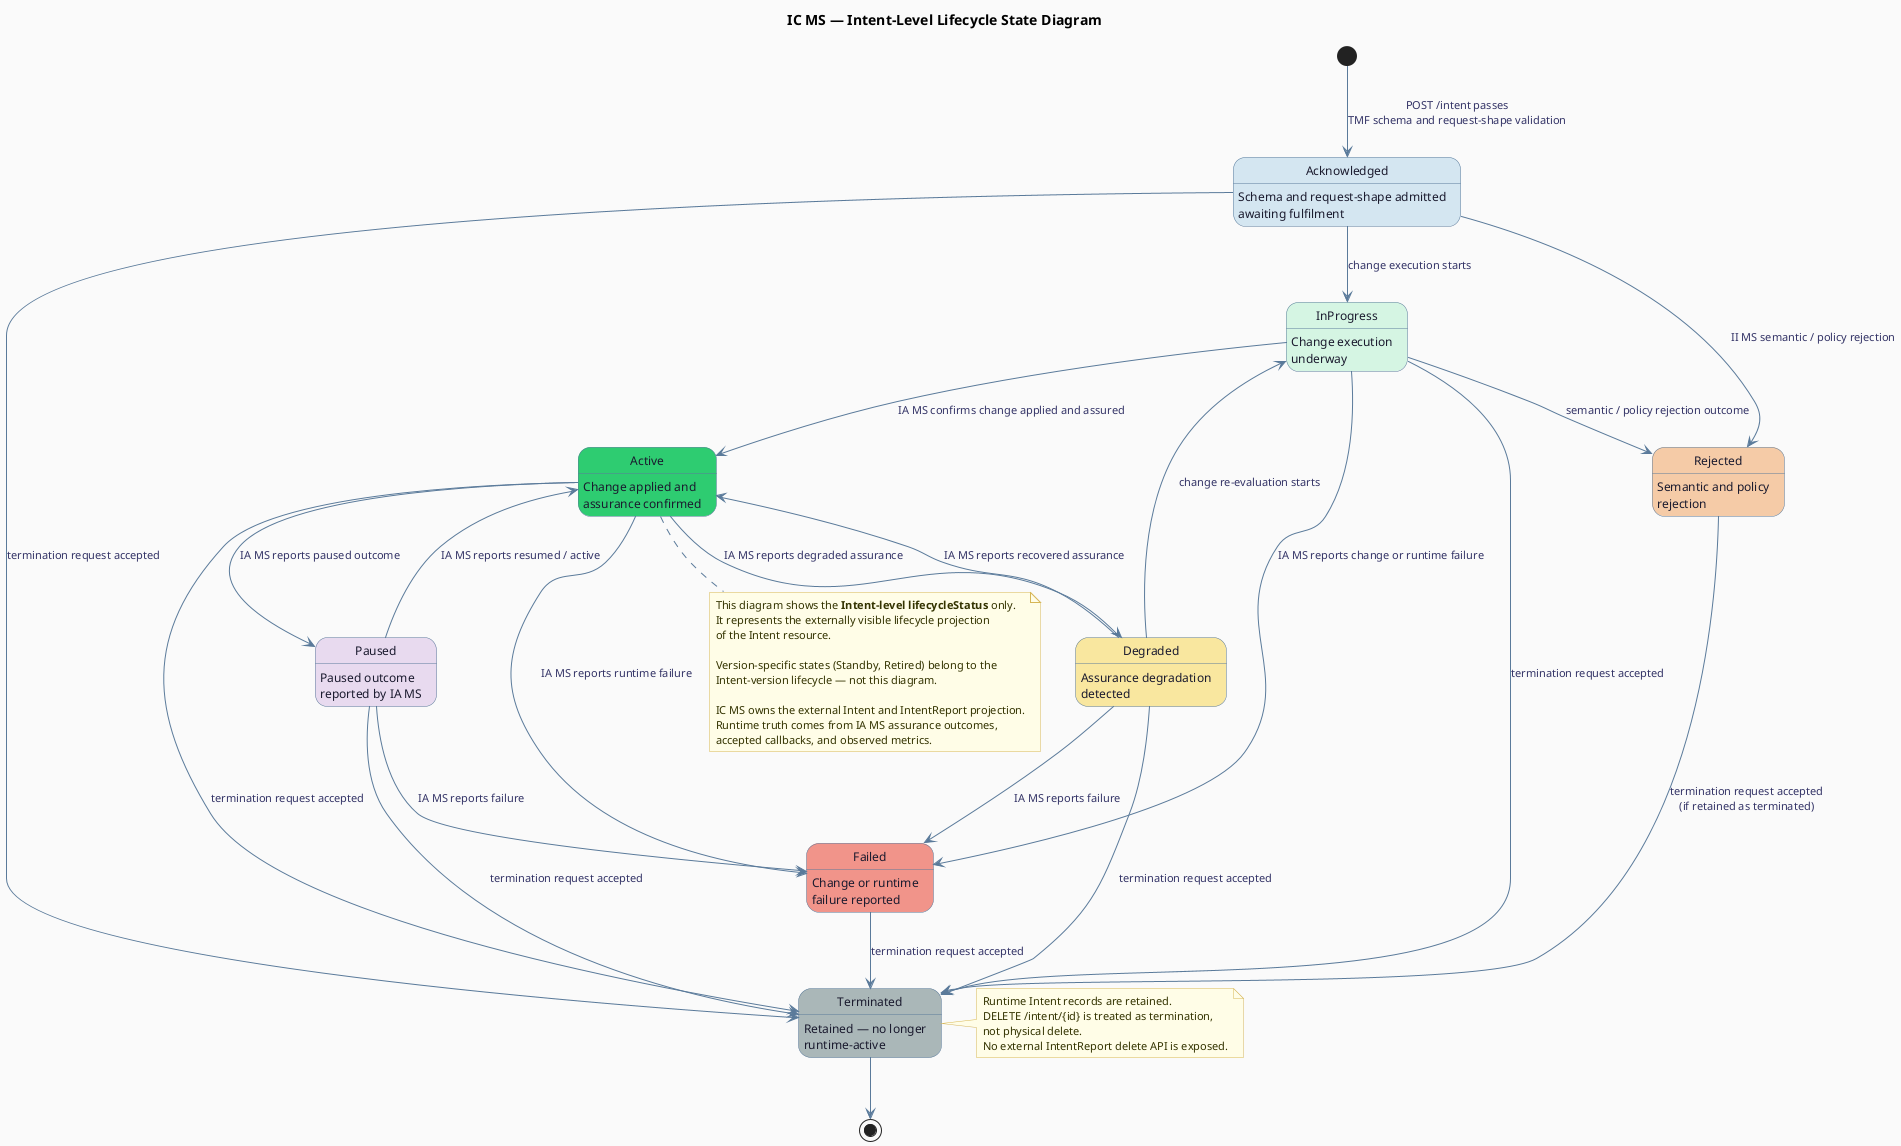
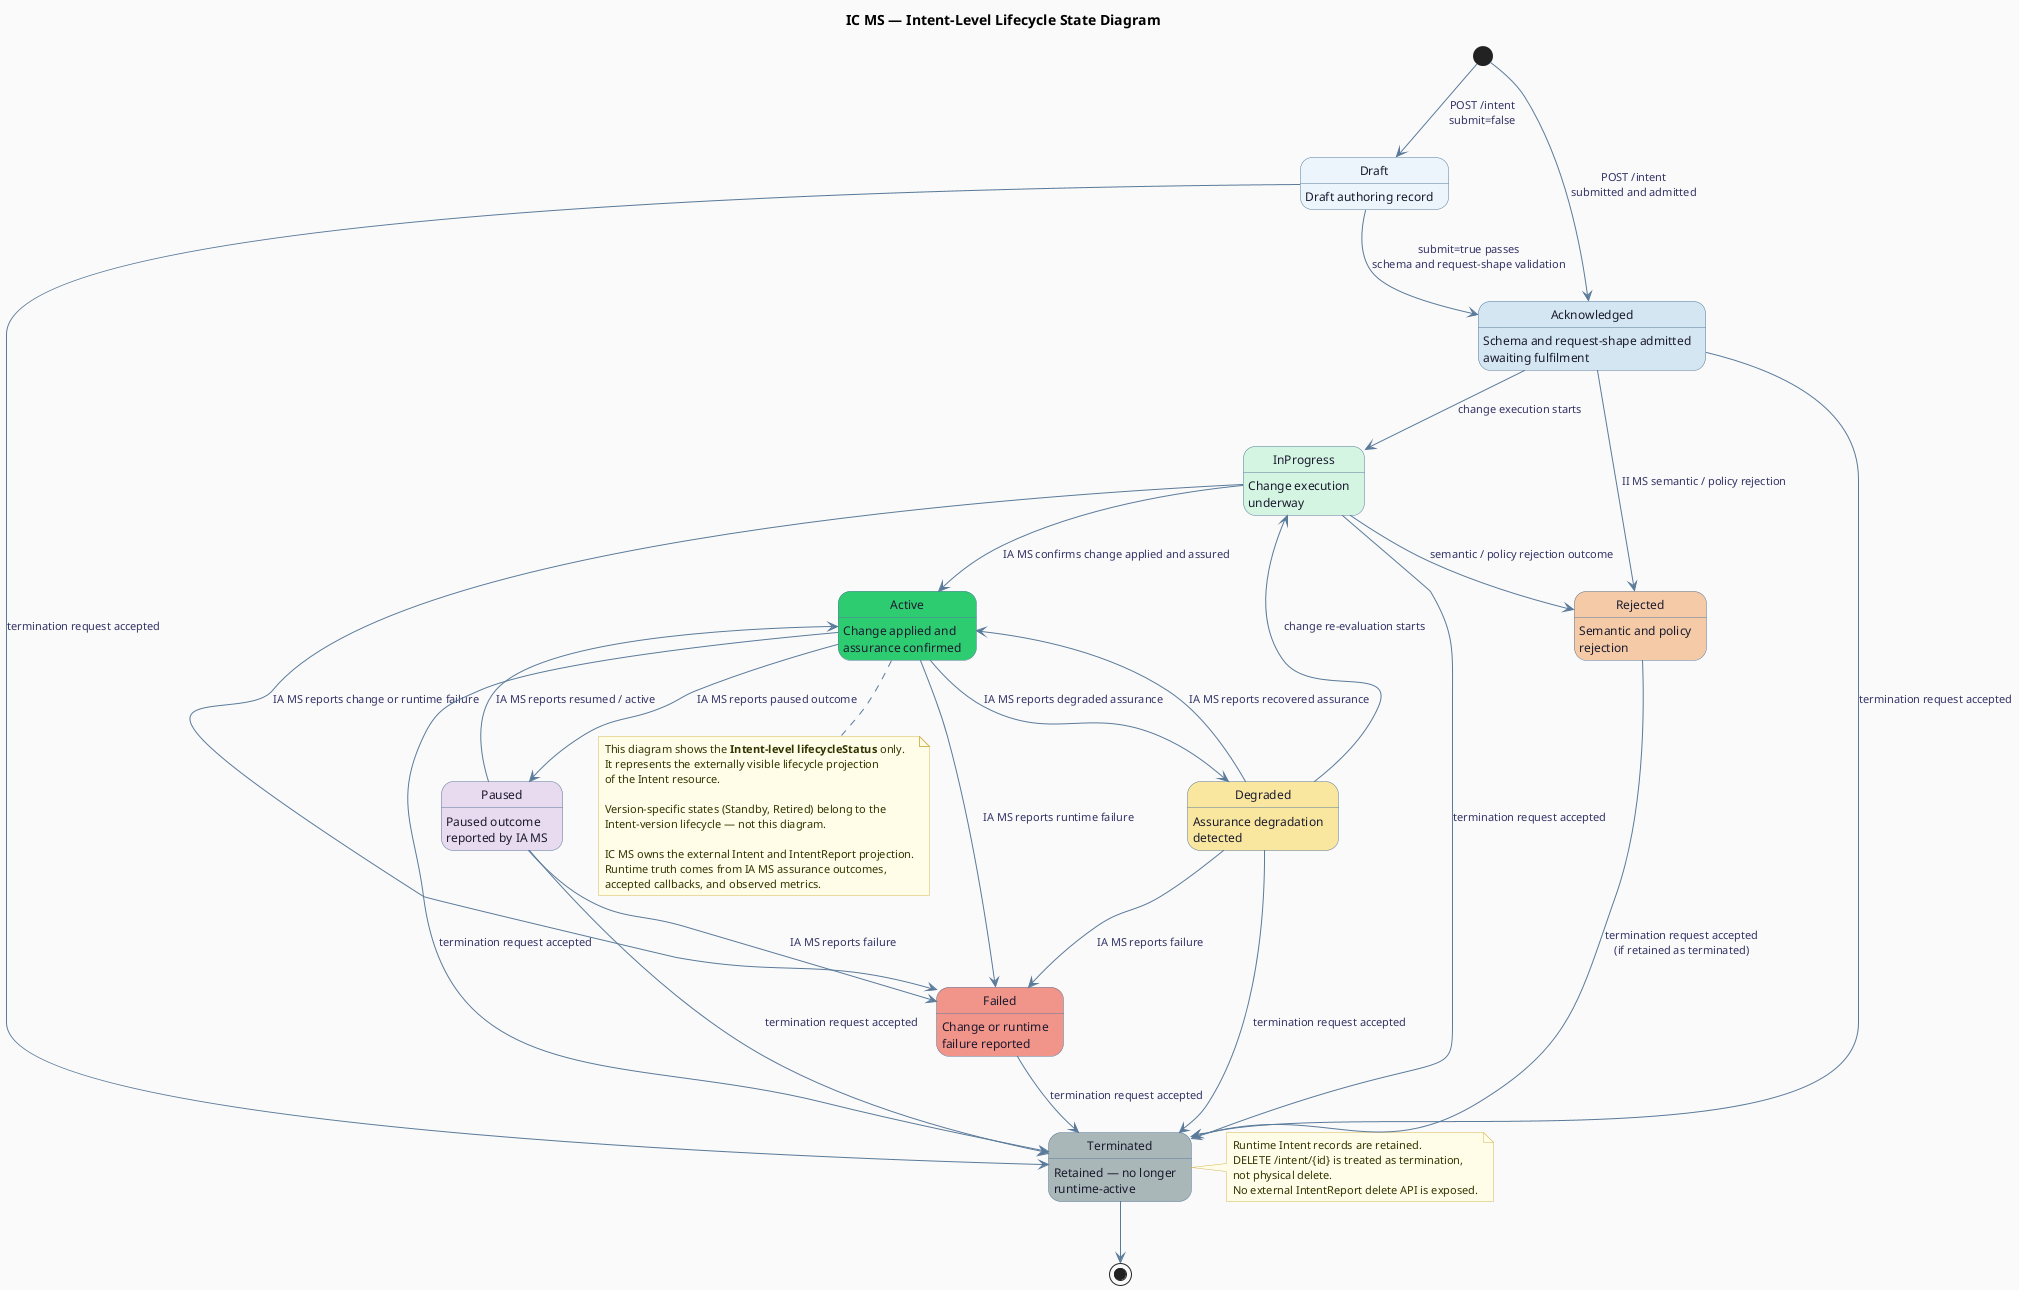
@startuml
' IC MS — Intent-Level Lifecycle State Diagram

hide empty description
skinparam shadowing false
skinparam backgroundColor #FAFAFA

skinparam state {
  BackgroundColor #FFFFFF
  BorderColor #5a7a9a
  FontSize 12
  FontColor #1a1a2e
  ArrowColor #5a7a9a
  ArrowFontSize 11
  ArrowFontColor #333366
}

skinparam note {
  BackgroundColor #fffde7
  BorderColor #d6b656
  FontSize 11
  FontColor #333300
}

title <b>IC MS — Intent-Level Lifecycle State Diagram</b>

' ── States ────────────────────────────────────────────────────────────────
+ state Draft        #ebf5fb : Draft authoring record
state Acknowledged #d4e6f1 : Schema and request-shape admitted\nawaiting fulfilment
state InProgress   #d5f5e3 : Change execution\nunderway
state Active       #2ecc71 : Change applied and\nassurance confirmed
state Degraded     #f9e79f : Assurance degradation\ndetected
state Paused       #e8daef : Paused outcome\nreported by IA MS
state Failed       #f1948a : Change or runtime\nfailure reported
state Rejected     #f5cba7 : Semantic and policy\nrejection
state Terminated   #aab7b8 : Retained — no longer\nruntime-active

' ── Entry ─────────────────────────────────────────────────────────────────
- [*] --> Acknowledged : POST /intent passes\nTMF schema and request-shape validation
+ [*] --> Draft : POST /intent\nsubmit=false
+ [*] --> Acknowledged : POST /intent\nsubmitted and admitted
+ Draft --> Acknowledged : submit=true passes\nschema and request-shape validation
+ Draft --> Terminated : termination request accepted

' ── Acknowledged ──────────────────────────────────────────────────────────
Acknowledged --> InProgress : change execution starts
Acknowledged --> Rejected   : II MS semantic / policy rejection
Acknowledged --> Terminated : termination request accepted

' ── InProgress ────────────────────────────────────────────────────────────
InProgress --> Active     : IA MS confirms change applied and assured
InProgress --> Failed     : IA MS reports change or runtime failure
InProgress --> Rejected   : semantic / policy rejection outcome
InProgress --> Terminated : termination request accepted

' ── Active ────────────────────────────────────────────────────────────────
Active --> Degraded   : IA MS reports degraded assurance
Active --> Paused     : IA MS reports paused outcome
Active --> Failed     : IA MS reports runtime failure
Active --> Terminated : termination request accepted

' ── Degraded ──────────────────────────────────────────────────────────────
Degraded --> Active     : IA MS reports recovered assurance
Degraded --> InProgress : change re-evaluation starts
Degraded --> Failed     : IA MS reports failure
Degraded --> Terminated : termination request accepted

' ── Paused ────────────────────────────────────────────────────────────────
Paused --> Active     : IA MS reports resumed / active
Paused --> Failed     : IA MS reports failure
Paused --> Terminated : termination request accepted

' ── Terminal ──────────────────────────────────────────────────────────────
Failed    --> Terminated : termination request accepted
Rejected  --> Terminated : termination request accepted\n(if retained as terminated)

Terminated --> [*]

' ── Notes ─────────────────────────────────────────────────────────────────
note right of Terminated
  Runtime Intent records are retained.
  DELETE /intent/{id} is treated as termination,
  not physical delete.
  No external IntentReport delete API is exposed.
end note

note bottom of Active
  This diagram shows the <b>Intent-level lifecycleStatus</b> only.
  It represents the externally visible lifecycle projection
  of the Intent resource.

  Version-specific states (Standby, Retired) belong to the
  Intent-version lifecycle — not this diagram.

  IC MS owns the external Intent and IntentReport projection.
  Runtime truth comes from IA MS assurance outcomes,
  accepted callbacks, and observed metrics.
end note

@enduml